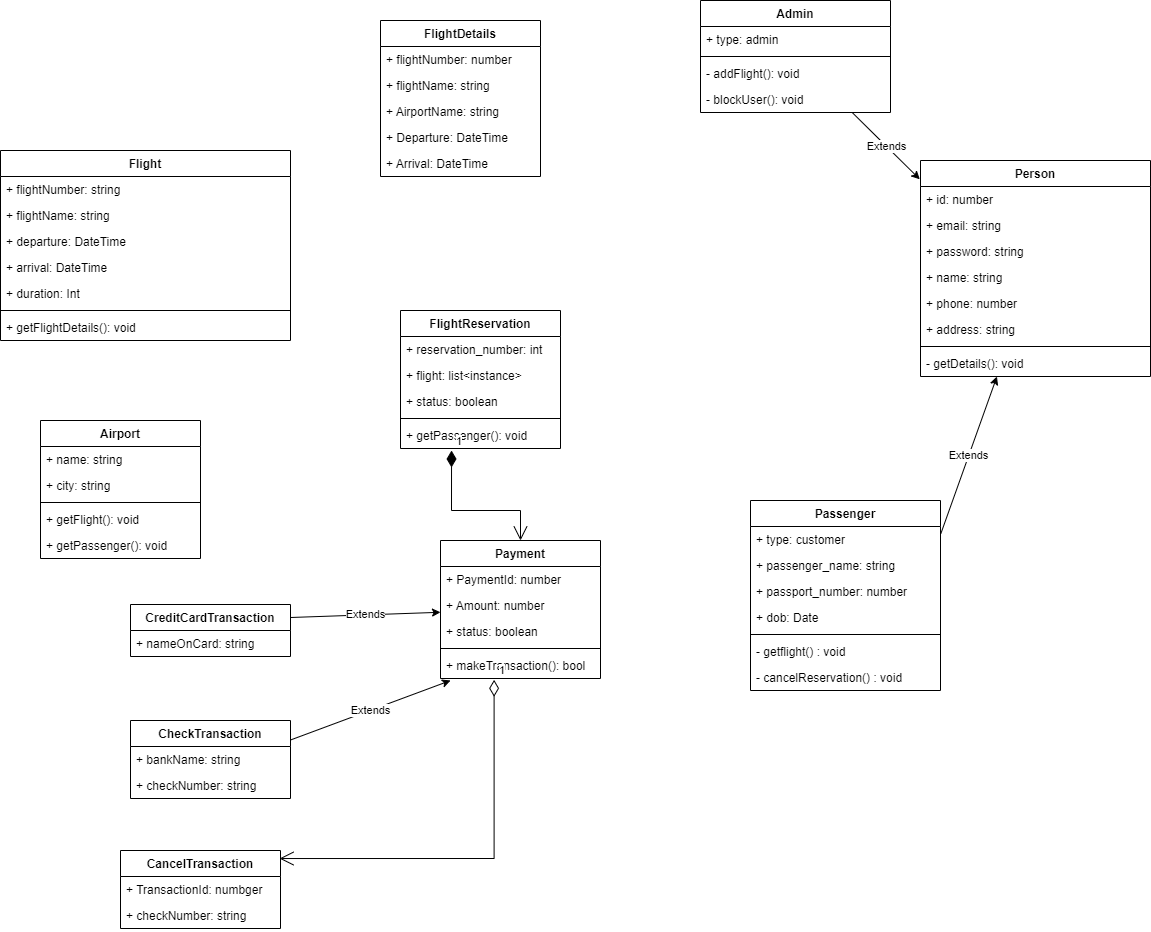
Before: Java Core 11/AirlineReservationSystem.drawio.drawio.png, a diagram exported from draw.io (Ayu-Github07/Assignments). Source tidied: cells renumbered, new cells last; positions are measured from the earlier drawing's top-left corner, leaving out a move shared by most shapes.
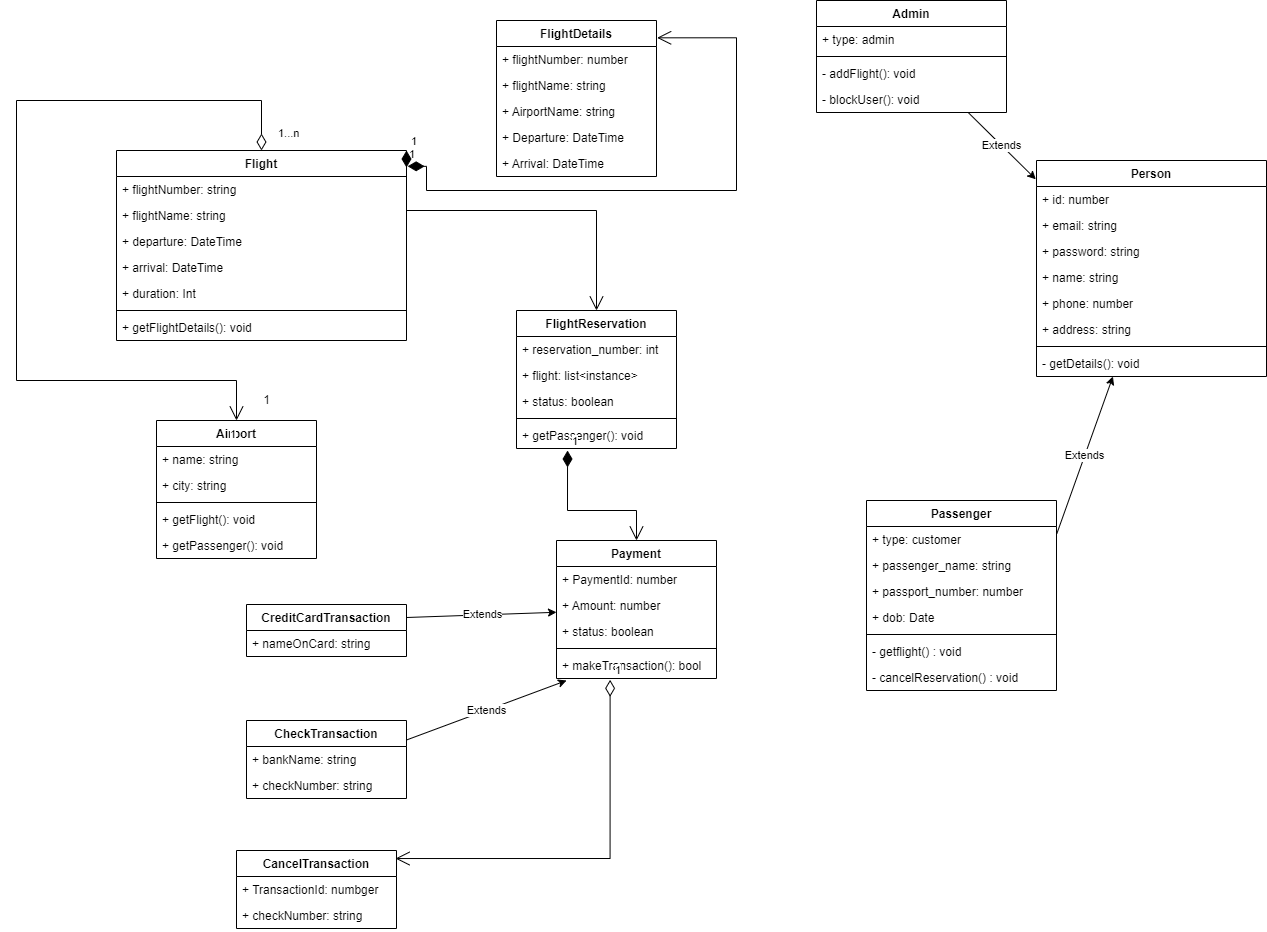
Above is the later version.

What changed in the source:
```diff
@@ -214,5 +214,44 @@
     <mxCell id="69" value="+ Arrival: DateTime" style="text;strokeColor=none;fillColor=none;align=left;verticalAlign=top;spacingLeft=4;spacingRight=4;overflow=hidden;" parent="64" vertex="1">
       <mxGeometry y="130" width="160" height="26" as="geometry" />
     </mxCell>
+    <mxCell id="70" value="1" style="endArrow=open;html=1;endSize=12;startArrow=diamondThin;startSize=14;startFill=1;edgeStyle=orthogonalEdgeStyle;align=left;verticalAlign=bottom;rounded=0;entryX=1.004;entryY=0.111;entryDx=0;entryDy=0;entryPerimeter=0;exitX=1.004;exitY=0.083;exitDx=0;exitDy=0;exitPerimeter=0;" parent="1" edge="1" source="26" target="64">
+      <mxGeometry x="-1" y="3" relative="1" as="geometry">
+        <Array as="points">
+          <mxPoint x="310" y="166" />
+          <mxPoint x="310" y="190" />
+          <mxPoint x="620" y="190" />
+          <mxPoint x="620" y="37" />
+        </Array>
+      </mxGeometry>
+    </mxCell>
+    <mxCell id="71" style="endArrow=open;html=1;endSize=12;startArrow=diamondThin;startSize=14;startFill=0;edgeStyle=orthogonalEdgeStyle;rounded=0;exitX=0.5;exitY=0;exitDx=0;exitDy=0;entryX=0.5;entryY=0;entryDx=0;entryDy=0;" parent="1" edge="1" source="26" target="34">
+      <mxGeometry relative="1" as="geometry">
+        <Array as="points">
+          <mxPoint x="145" y="100" />
+          <mxPoint x="-100" y="100" />
+          <mxPoint x="-100" y="380" />
+          <mxPoint x="120" y="380" />
+        </Array>
+      </mxGeometry>
+    </mxCell>
+    <mxCell id="72" value="1...n" style="edgeLabel;html=1;align=left;verticalAlign=top;" parent="71" vertex="1">
+      <mxGeometry x="-1" relative="1" as="geometry">
+        <mxPoint x="15" y="-30" as="offset" />
+      </mxGeometry>
+    </mxCell>
+    <mxCell id="73" value="1" style="edgeLabel;html=1;align=right;verticalAlign=top;" parent="71" vertex="1">
+      <mxGeometry x="1" relative="1" as="geometry" />
+    </mxCell>
+    <mxCell id="74" value="1" style="text;html=1;align=center;verticalAlign=middle;strokeColor=none;fillColor=none;" parent="1" vertex="1">
+      <mxGeometry x="140" y="390" width="20" height="20" as="geometry" />
+    </mxCell>
+    <mxCell id="75" value="1" style="endArrow=open;html=1;endSize=12;startArrow=diamondThin;startSize=14;startFill=1;edgeStyle=orthogonalEdgeStyle;align=left;verticalAlign=bottom;rounded=0;exitX=1;exitY=0;exitDx=0;exitDy=0;entryX=0.5;entryY=0;entryDx=0;entryDy=0;" parent="1" edge="1" source="26" target="40">
+      <mxGeometry x="-1" y="3" relative="1" as="geometry">
+        <Array as="points">
+          <mxPoint x="290" y="210" />
+          <mxPoint x="480" y="210" />
+        </Array>
+      </mxGeometry>
+    </mxCell>
   </root>
 </mxGraphModel>
```
